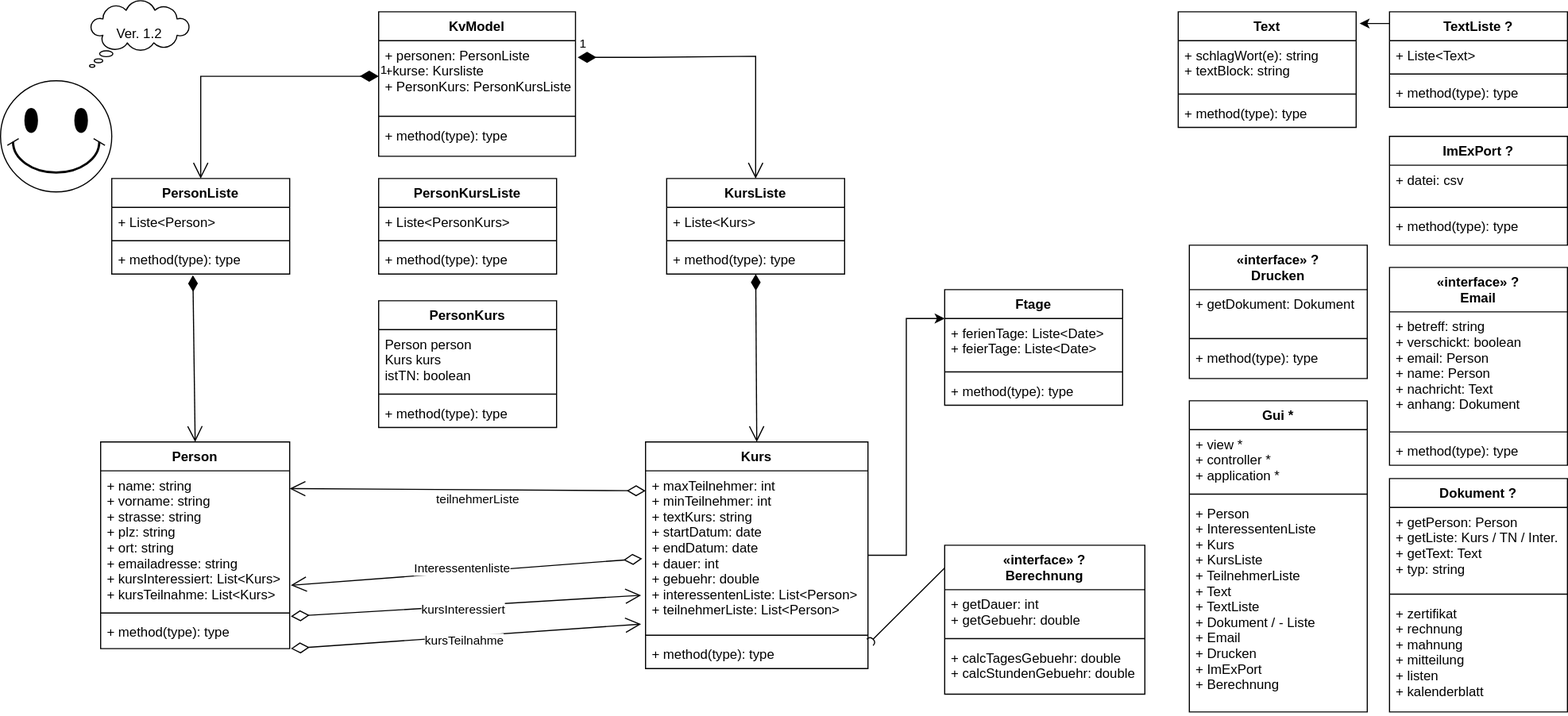
Before: doc/plan01.2.svg, a diagram exported from draw.io (ennouali2014/SWE-M07). Source tidied: cells renumbered, new cells last; positions are measured from the earlier drawing's top-left corner, leaving out a move shared by most shapes.
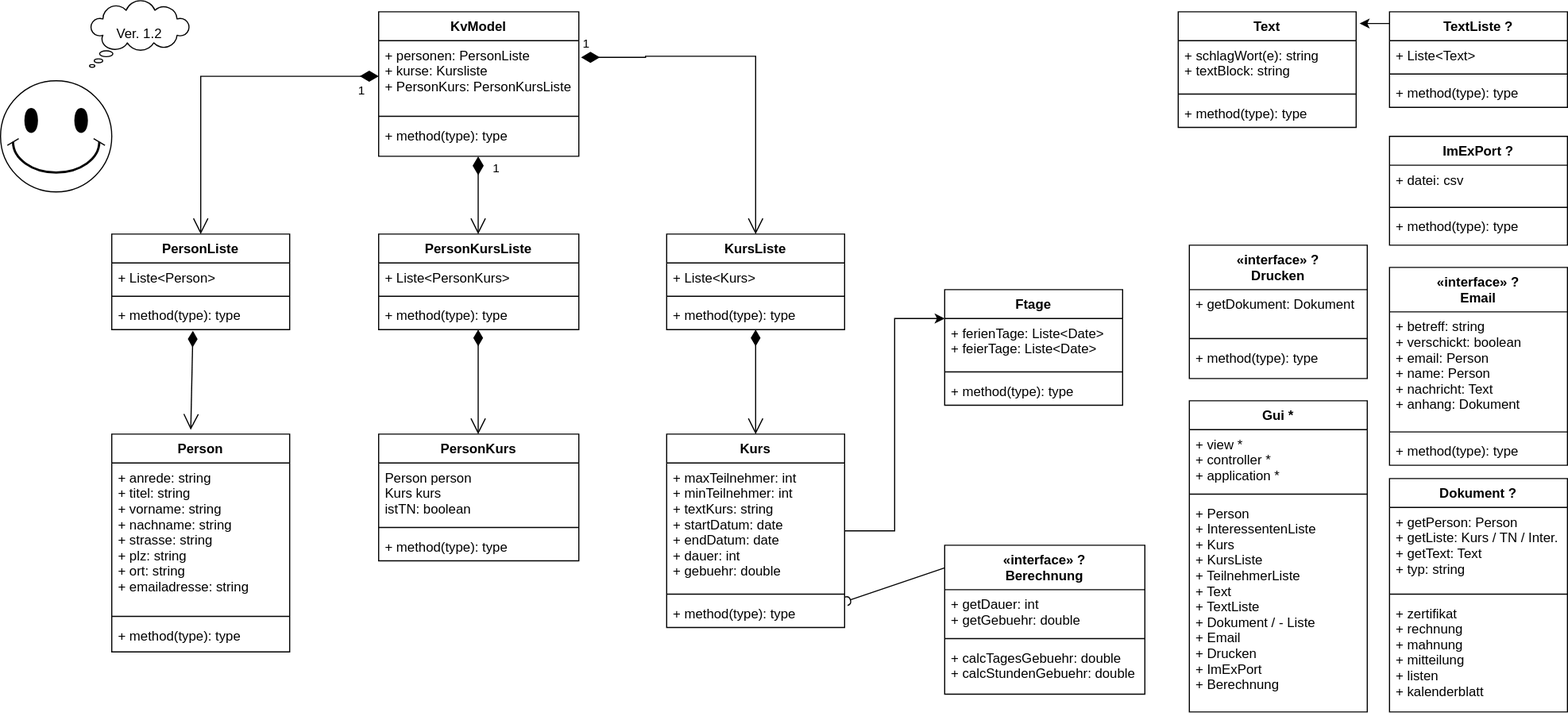
Above is the later version.

Commit message:
Diagramm Vers. 1.2 geändert

The edit, as a diff of the source:
```diff
@@ -6,34 +6,34 @@
       <mxGeometry y="72" width="100" height="100" as="geometry" />
     </mxCell>
     <mxCell id="3" value="Person" style="swimlane;fontStyle=1;align=center;verticalAlign=top;horizontal=1;startSize=26;" parent="1" vertex="1">
-      <mxGeometry x="90" y="397" width="170" height="186" as="geometry" />
+      <mxGeometry x="100" y="390" width="160" height="196" as="geometry" />
     </mxCell>
-    <mxCell id="4" value="+ name: string&#10;+ vorname: string&#10;+ strasse: string&#10;+ plz: string&#10;+ ort: string&#10;+ emailadresse: string&#10;+ kursInteressiert: List&lt;Kurs&gt;&#10;+ kursTeilnahme: List&lt;Kurs&gt;" style="text;strokeColor=none;fillColor=none;align=left;verticalAlign=top;spacingLeft=4;spacingRight=4;overflow=hidden;points=[[0,0.5],[1,0.5]];portConstraint=eastwest;" parent="3" vertex="1">
-      <mxGeometry y="26" width="170" height="124" as="geometry" />
+    <mxCell id="4" value="+ anrede: string&#10;+ titel: string&#10;+ vorname: string&#10;+ nachname: string&#10;+ strasse: string&#10;+ plz: string&#10;+ ort: string&#10;+ emailadresse: string" style="text;strokeColor=none;fillColor=none;align=left;verticalAlign=top;spacingLeft=4;spacingRight=4;overflow=hidden;points=[[0,0.5],[1,0.5]];portConstraint=eastwest;" parent="3" vertex="1">
+      <mxGeometry y="26" width="160" height="134" as="geometry" />
     </mxCell>
     <mxCell id="5" style="line;strokeWidth=1;fillColor=none;align=left;verticalAlign=middle;spacingTop=-1;spacingLeft=3;spacingRight=3;labelPosition=right;points=[];portConstraint=eastwest;" parent="3" vertex="1">
-      <mxGeometry y="150" width="170" height="8" as="geometry" />
+      <mxGeometry y="160" width="160" height="8" as="geometry" />
     </mxCell>
     <mxCell id="6" value="+ method(type): type" style="text;strokeColor=none;fillColor=none;align=left;verticalAlign=top;spacingLeft=4;spacingRight=4;overflow=hidden;points=[[0,0.5],[1,0.5]];portConstraint=eastwest;" parent="3" vertex="1">
-      <mxGeometry y="158" width="170" height="28" as="geometry" />
+      <mxGeometry y="168" width="160" height="28" as="geometry" />
     </mxCell>
     <mxCell id="7" style="edgeStyle=orthogonalEdgeStyle;rounded=0;jettySize=auto;html=1;entryX=0;entryY=0.25;entryDx=0;entryDy=0;" parent="1" edge="1" source="8" target="16">
       <mxGeometry relative="1" as="geometry" />
     </mxCell>
     <mxCell id="8" value="Kurs" style="swimlane;fontStyle=1;align=center;verticalAlign=top;horizontal=1;startSize=26;" parent="1" vertex="1">
-      <mxGeometry x="580" y="397" width="200" height="204" as="geometry" />
+      <mxGeometry x="599" y="390" width="160" height="174" as="geometry" />
     </mxCell>
-    <mxCell id="9" value="+ maxTeilnehmer: int&#10;+ minTeilnehmer: int&#10;+ textKurs: string&#10;+ startDatum: date&#10;+ endDatum: date&#10;+ dauer: int&#10;+ gebuehr: double&#10;+ interessentenListe: List&lt;Person&gt;&#10;+ teilnehmerListe: List&lt;Person&gt;" style="text;strokeColor=none;fillColor=none;align=left;verticalAlign=top;spacingLeft=4;spacingRight=4;overflow=hidden;points=[[0,0.5],[1,0.5]];portConstraint=eastwest;" parent="8" vertex="1">
-      <mxGeometry y="26" width="200" height="144" as="geometry" />
+    <mxCell id="9" value="+ maxTeilnehmer: int&#10;+ minTeilnehmer: int&#10;+ textKurs: string&#10;+ startDatum: date&#10;+ endDatum: date&#10;+ dauer: int&#10;+ gebuehr: double" style="text;strokeColor=none;fillColor=none;align=left;verticalAlign=top;spacingLeft=4;spacingRight=4;overflow=hidden;points=[[0,0.5],[1,0.5]];portConstraint=eastwest;" parent="8" vertex="1">
+      <mxGeometry y="26" width="160" height="114" as="geometry" />
     </mxCell>
     <mxCell id="10" style="line;strokeWidth=1;fillColor=none;align=left;verticalAlign=middle;spacingTop=-1;spacingLeft=3;spacingRight=3;labelPosition=right;" parent="8" vertex="1">
-      <mxGeometry y="170" width="200" height="8" as="geometry" />
+      <mxGeometry y="140" width="160" height="8" as="geometry" />
     </mxCell>
     <mxCell id="11" value="+ method(type): type" style="text;strokeColor=none;fillColor=none;align=left;verticalAlign=top;spacingLeft=4;spacingRight=4;overflow=hidden;points=[[0,0.5],[1,0.5]];portConstraint=eastwest;" parent="8" vertex="1">
-      <mxGeometry y="178" width="200" height="26" as="geometry" />
+      <mxGeometry y="148" width="160" height="26" as="geometry" />
     </mxCell>
     <mxCell id="12" value="KursListe" style="swimlane;fontStyle=1;align=center;verticalAlign=top;horizontal=1;startSize=26;" parent="1" vertex="1">
-      <mxGeometry x="599" y="160" width="160" height="86" as="geometry" />
+      <mxGeometry x="599" y="210" width="160" height="86" as="geometry" />
     </mxCell>
     <mxCell id="13" value="+ Liste&lt;Kurs&gt;" style="text;strokeColor=none;fillColor=none;align=left;verticalAlign=top;spacingLeft=4;spacingRight=4;overflow=hidden;" parent="12" vertex="1">
       <mxGeometry y="26" width="160" height="26" as="geometry" />
@@ -165,7 +165,7 @@
       <mxGeometry x="80" width="90" height="60" as="geometry" />
     </mxCell>
     <mxCell id="56" value="PersonListe" style="swimlane;fontStyle=1;align=center;verticalAlign=top;horizontal=1;startSize=26;" parent="1" vertex="1">
-      <mxGeometry x="100" y="160" width="160" height="86" as="geometry" />
+      <mxGeometry x="100" y="210" width="160" height="86" as="geometry" />
     </mxCell>
     <mxCell id="57" value="+ Liste&lt;Person&gt;" style="text;strokeColor=none;fillColor=none;align=left;verticalAlign=top;spacingLeft=4;spacingRight=4;overflow=hidden;" parent="56" vertex="1">
       <mxGeometry y="26" width="160" height="26" as="geometry" />
@@ -176,20 +176,20 @@
     <mxCell id="59" value="+ method(type): type" style="text;strokeColor=none;fillColor=none;align=left;verticalAlign=top;spacingLeft=4;spacingRight=4;overflow=hidden;points=[[0,0.5],[1,0.5]];portConstraint=eastwest;" parent="56" vertex="1">
       <mxGeometry y="60" width="160" height="26" as="geometry" />
     </mxCell>
-    <mxCell id="60" style="endArrow=open;endFill=0;endSize=12;html=1;rounded=0;exitX=0.456;exitY=1.038;exitDx=0;exitDy=0;exitPerimeter=0;startArrow=diamondThin;startFill=1;startSize=12;entryX=0.5;entryY=0;entryDx=0;entryDy=0;" parent="1" edge="1" source="59" target="3">
+    <mxCell id="60" style="endArrow=open;endFill=0;endSize=12;html=1;rounded=0;exitX=0.456;exitY=1.038;exitDx=0;exitDy=0;exitPerimeter=0;startArrow=diamondThin;startFill=1;startSize=12;entryX=0.444;entryY=-0.02;entryDx=0;entryDy=0;entryPerimeter=0;" parent="1" edge="1" source="59" target="3">
       <mxGeometry relative="1" as="geometry" />
     </mxCell>
     <mxCell id="61" value="KvModel" style="swimlane;fontStyle=1;align=center;verticalAlign=top;horizontal=1;startSize=26;" parent="1" vertex="1">
-      <mxGeometry x="340" y="10" width="177" height="130" as="geometry" />
+      <mxGeometry x="340" y="10" width="180" height="130" as="geometry" />
     </mxCell>
-    <mxCell id="62" value="+ personen: PersonListe&#10;+kurse: Kursliste&#10;+ PersonKurs: PersonKursListe" style="text;strokeColor=none;fillColor=none;align=left;verticalAlign=top;spacingLeft=4;spacingRight=4;overflow=hidden;points=[[0,0.5],[1,0.5]];portConstraint=eastwest;" parent="61" vertex="1">
-      <mxGeometry y="26" width="177" height="64" as="geometry" />
+    <mxCell id="62" value="+ personen: PersonListe&#10;+ kurse: Kursliste&#10;+ PersonKurs: PersonKursListe" style="text;strokeColor=none;fillColor=none;align=left;verticalAlign=top;spacingLeft=4;spacingRight=4;overflow=hidden;points=[[0,0.5],[1,0.5]];portConstraint=eastwest;" parent="61" vertex="1">
+      <mxGeometry y="26" width="180" height="64" as="geometry" />
     </mxCell>
     <mxCell id="63" style="line;strokeWidth=1;fillColor=none;align=left;verticalAlign=middle;spacingTop=-1;spacingLeft=3;spacingRight=3;labelPosition=right;" parent="61" vertex="1">
-      <mxGeometry y="90" width="177" height="8" as="geometry" />
+      <mxGeometry y="90" width="180" height="8" as="geometry" />
     </mxCell>
     <mxCell id="64" value="+ method(type): type" style="text;strokeColor=none;fillColor=none;align=left;verticalAlign=top;spacingLeft=4;spacingRight=4;overflow=hidden;" parent="61" vertex="1">
-      <mxGeometry y="98" width="177" height="32" as="geometry" />
+      <mxGeometry y="98" width="180" height="32" as="geometry" />
     </mxCell>
     <mxCell id="65" value="1" style="endArrow=open;html=1;endSize=12;startArrow=diamondThin;startSize=14;startFill=1;edgeStyle=orthogonalEdgeStyle;align=left;verticalAlign=bottom;rounded=0;entryX=0.5;entryY=0;entryDx=0;entryDy=0;exitX=1.011;exitY=0.234;exitDx=0;exitDy=0;exitPerimeter=0;" parent="1" edge="1" source="62" target="12">
       <mxGeometry x="-1" y="3" relative="1" as="geometry">
@@ -200,61 +200,43 @@
       </mxGeometry>
     </mxCell>
     <mxCell id="66" value="1" style="endArrow=open;html=1;endSize=12;startArrow=diamondThin;startSize=14;startFill=1;edgeStyle=orthogonalEdgeStyle;align=left;verticalAlign=bottom;rounded=0;exitX=0;exitY=0.5;exitDx=0;exitDy=0;entryX=0.5;entryY=0;entryDx=0;entryDy=0;" parent="1" edge="1" source="62" target="56">
-      <mxGeometry x="-1" y="3" relative="1" as="geometry" />
+      <mxGeometry x="-0.87" y="22" relative="1" as="geometry" />
     </mxCell>
-    <mxCell id="67" style="endArrow=open;html=1;endSize=12;startArrow=diamondThin;startSize=14;startFill=0;align=left;verticalAlign=bottom;rounded=0;exitX=0;exitY=0.125;exitDx=0;exitDy=0;exitPerimeter=0;entryX=1;entryY=0.129;entryDx=0;entryDy=0;entryPerimeter=0;" parent="1" edge="1" source="9" target="4">
-      <mxGeometry x="-1" y="3" relative="1" as="geometry" />
-    </mxCell>
-    <mxCell id="68" value="teilnehmerListe" style="edgeLabel;html=1;align=center;verticalAlign=middle;" parent="67" vertex="1">
-      <mxGeometry x="-0.26" y="-1" relative="1" as="geometry">
-        <mxPoint x="-33" y="9" as="offset" />
-      </mxGeometry>
-    </mxCell>
-    <mxCell id="69" style="endArrow=open;html=1;endSize=12;startArrow=diamondThin;startSize=14;startFill=0;align=left;verticalAlign=bottom;rounded=0;entryX=1.006;entryY=0.831;entryDx=0;entryDy=0;entryPerimeter=0;exitX=-0.015;exitY=0.549;exitDx=0;exitDy=0;exitPerimeter=0;" parent="1" edge="1" source="9" target="4">
-      <mxGeometry x="-1" y="3" relative="1" as="geometry" />
-    </mxCell>
-    <mxCell id="70" value="Interessentenliste" style="edgeLabel;html=1;align=center;verticalAlign=middle;" parent="69" vertex="1">
-      <mxGeometry x="-0.01" y="-3" relative="1" as="geometry">
-        <mxPoint x="-6" as="offset" />
-      </mxGeometry>
-    </mxCell>
-    <mxCell id="71" style="endArrow=open;html=1;endSize=12;startArrow=diamondThin;startSize=14;startFill=0;align=left;verticalAlign=bottom;rounded=0;exitX=1.006;exitY=0.875;exitDx=0;exitDy=0;exitPerimeter=0;entryX=-0.02;entryY=0.778;entryDx=0;entryDy=0;entryPerimeter=0;" parent="1" edge="1" source="5" target="9">
-      <mxGeometry x="-1" y="3" relative="1" as="geometry" />
-    </mxCell>
-    <mxCell id="72" value="kursInteressiert" style="edgeLabel;html=1;align=center;verticalAlign=middle;" parent="71" vertex="1">
-      <mxGeometry x="-0.01" y="-3" relative="1" as="geometry">
-        <mxPoint x="-1" as="offset" />
-      </mxGeometry>
-    </mxCell>
-    <mxCell id="73" style="endArrow=open;html=1;endSize=12;startArrow=diamondThin;startSize=14;startFill=0;align=left;verticalAlign=bottom;rounded=0;entryX=-0.02;entryY=0.958;entryDx=0;entryDy=0;entryPerimeter=0;exitX=1.006;exitY=1;exitDx=0;exitDy=0;exitPerimeter=0;" parent="1" edge="1" source="6" target="9">
-      <mxGeometry x="-1" y="3" relative="1" as="geometry" />
-    </mxCell>
-    <mxCell id="74" value="kursTeilnahme" style="edgeLabel;html=1;align=center;verticalAlign=middle;" parent="73" vertex="1">
-      <mxGeometry x="-0.01" y="-3" relative="1" as="geometry" />
-    </mxCell>
     <mxCell id="75" value="PersonKurs" style="swimlane;fontStyle=1;align=center;verticalAlign=top;horizontal=1;startSize=26;" parent="1" vertex="1">
-      <mxGeometry x="340" y="270" width="160" height="114" as="geometry" />
+      <mxGeometry x="340" y="390" width="180" height="114" as="geometry" />
     </mxCell>
     <mxCell id="76" value="Person person&#10;Kurs kurs&#10;istTN: boolean" style="text;strokeColor=none;fillColor=none;align=left;verticalAlign=top;spacingLeft=4;spacingRight=4;overflow=hidden;" parent="75" vertex="1">
-      <mxGeometry y="26" width="160" height="54" as="geometry" />
+      <mxGeometry y="26" width="180" height="54" as="geometry" />
     </mxCell>
     <mxCell id="77" style="line;strokeWidth=1;fillColor=none;align=left;verticalAlign=middle;spacingTop=-1;spacingLeft=3;spacingRight=3;labelPosition=right;" parent="75" vertex="1">
-      <mxGeometry y="80" width="160" height="8" as="geometry" />
+      <mxGeometry y="80" width="180" height="8" as="geometry" />
     </mxCell>
     <mxCell id="78" value="+ method(type): type" style="text;strokeColor=none;fillColor=none;align=left;verticalAlign=top;spacingLeft=4;spacingRight=4;overflow=hidden;" parent="75" vertex="1">
-      <mxGeometry y="88" width="160" height="26" as="geometry" />
+      <mxGeometry y="88" width="180" height="26" as="geometry" />
     </mxCell>
     <mxCell id="79" value="PersonKursListe" style="swimlane;fontStyle=1;align=center;verticalAlign=top;horizontal=1;startSize=26;" parent="1" vertex="1">
-      <mxGeometry x="340" y="160" width="160" height="86" as="geometry" />
+      <mxGeometry x="340" y="210" width="180" height="86" as="geometry" />
     </mxCell>
     <mxCell id="80" value="+ Liste&lt;PersonKurs&gt;" style="text;strokeColor=none;fillColor=none;align=left;verticalAlign=top;spacingLeft=4;spacingRight=4;overflow=hidden;" parent="79" vertex="1">
-      <mxGeometry y="26" width="160" height="26" as="geometry" />
+      <mxGeometry y="26" width="180" height="26" as="geometry" />
     </mxCell>
     <mxCell id="81" style="line;strokeWidth=1;fillColor=none;align=left;verticalAlign=middle;spacingTop=-1;spacingLeft=3;spacingRight=3;labelPosition=right;" parent="79" vertex="1">
-      <mxGeometry y="52" width="160" height="8" as="geometry" />
+      <mxGeometry y="52" width="180" height="8" as="geometry" />
     </mxCell>
     <mxCell id="82" value="+ method(type): type" style="text;strokeColor=none;fillColor=none;align=left;verticalAlign=top;spacingLeft=4;spacingRight=4;overflow=hidden;" parent="79" vertex="1">
-      <mxGeometry y="60" width="160" height="26" as="geometry" />
+      <mxGeometry y="60" width="180" height="26" as="geometry" />
     </mxCell>
+    <mxCell id="83" value="1" style="endArrow=open;html=1;endSize=12;startArrow=diamondThin;startSize=14;startFill=1;edgeStyle=orthogonalEdgeStyle;align=left;verticalAlign=bottom;rounded=0;" parent="1" edge="1">
+      <mxGeometry x="-0.43" y="11" relative="1" as="geometry">
+        <mxPoint x="429.5" y="140" as="sourcePoint" />
+        <mxPoint x="429.5" y="210" as="targetPoint" />
+      </mxGeometry>
+    </mxCell>
+    <mxCell id="84" style="endArrow=open;endFill=0;endSize=12;html=1;rounded=0;entryX=0.5;entryY=0;entryDx=0;entryDy=0;startArrow=diamondThin;startFill=1;startSize=12;" parent="1" edge="1">
+      <mxGeometry relative="1" as="geometry">
+        <mxPoint x="429.5" y="296" as="sourcePoint" />
+        <mxPoint x="429.5" y="390" as="targetPoint" />
+      </mxGeometry>
+    </mxCell>
   </root>
 </mxGraphModel>
```
